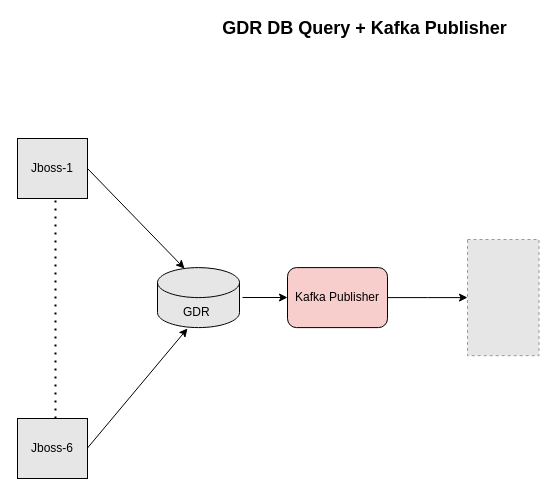
Earlier version of the draw.io diagram page "DB Kafka Publisher" (4 of 4) of Untitled Diagram.drawio (tsahaca/Project5). Source tidied: cells renumbered, new cells numbered last; positions are measured from the earlier drawing's top-left corner, leaving out a move shared by most shapes. Both pictures are drawn from the tidied source at 100%, with x=0, y=0 at pixel (17, 18). Pictures stored in the file or linked from it are replaced by grey dashed boxes.
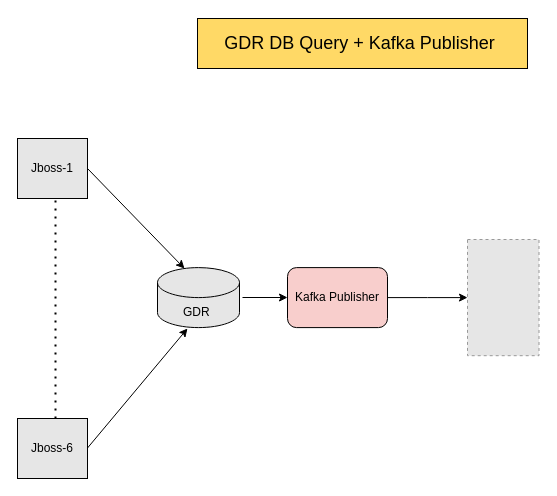
Above is the later version.

The edit, as a diff of the source:
```diff
@@
 <mxGraphModel>
   <root>
     <mxCell id="0" />
     <mxCell id="1" parent="0" />
     <mxCell id="2" value="Jboss-1" style="rounded=0;whiteSpace=wrap;html=1;fillColor=#E6E6E6;" parent="1" vertex="1">
       <mxGeometry y="120" width="70" height="60" as="geometry" />
     </mxCell>
     <mxCell id="3" value="Jboss-6" style="rounded=0;whiteSpace=wrap;html=1;fillColor=#E6E6E6;" parent="1" vertex="1">
       <mxGeometry y="400" width="70" height="60" as="geometry" />
     </mxCell>
     <mxCell id="4" style="endArrow=none;dashed=1;html=1;dashPattern=1 3;strokeWidth=2;entryX=0.5;entryY=1;entryDx=0;entryDy=0;exitX=0.5;exitY=0;exitDx=0;exitDy=0;" parent="1" edge="1">
       <mxGeometry relative="1" as="geometry">
         <mxPoint x="38" y="400" as="sourcePoint" />
         <mxPoint x="38" y="180" as="targetPoint" />
       </mxGeometry>
     </mxCell>
     <mxCell id="5" style="endArrow=classic;html=1;entryX=0.329;entryY=0.015;entryDx=0;entryDy=0;entryPerimeter=0;" parent="1" edge="1" target="10">
       <mxGeometry relative="1" as="geometry">
         <mxPoint x="70" y="150" as="sourcePoint" />
       </mxGeometry>
     </mxCell>
     <mxCell id="6" style="endArrow=classic;html=1;" parent="1" edge="1">
       <mxGeometry relative="1" as="geometry">
         <mxPoint x="70" y="429.5" as="sourcePoint" />
         <mxPoint x="170" y="310" as="targetPoint" />
       </mxGeometry>
     </mxCell>
     <mxCell id="7" style="edgeStyle=orthogonalEdgeStyle;rounded=0;jettySize=auto;html=1;exitX=1;exitY=0.5;exitDx=0;exitDy=0;" parent="1" edge="1" source="8">
       <mxGeometry relative="1" as="geometry">
         <mxPoint x="450" y="279.1" as="targetPoint" />
       </mxGeometry>
     </mxCell>
     <mxCell id="8" value="Kafka Publisher" style="rounded=1;whiteSpace=wrap;html=1;fillColor=#F8CECC;" parent="1" vertex="1">
       <mxGeometry x="270" y="249.1" width="100" height="60" as="geometry" />
     </mxCell>
     <mxCell id="9" style="fillColor=#E6E6E6;strokeColor=#999999;dashed=1;verticalLabelPosition=bottom;verticalAlign=top;" parent="1" vertex="1">
       <mxGeometry x="450" y="221" width="71.5" height="116.2" as="geometry" />
     </mxCell>
     <mxCell id="10" value="&lt;br&gt;&lt;br&gt;GDR&amp;nbsp;" style="shape=cylinder2;whiteSpace=wrap;html=1;boundedLbl=1;backgroundOutline=1;size=15;fillColor=#E6E6E6;" parent="1" vertex="1">
       <mxGeometry x="140" y="249.1" width="82" height="60" as="geometry" />
     </mxCell>
     <mxCell id="11" style="endArrow=classic;html=1;" parent="1" edge="1">
       <mxGeometry relative="1" as="geometry">
         <mxPoint x="225" y="279" as="sourcePoint" />
         <mxPoint x="270" y="279" as="targetPoint" />
       </mxGeometry>
     </mxCell>
-    <mxCell id="12" value="GDR DB Query + Kafka Publisher&amp;nbsp;" style="text;html=1;strokeColor=none;fillColor=none;align=center;verticalAlign=middle;whiteSpace=wrap;rounded=0;fontStyle=1;fontSize=18;" parent="1" vertex="1">
-      <mxGeometry x="190" width="320" height="20" as="geometry" />
+    <mxCell id="12" value="GDR DB Query + Kafka Publisher&amp;nbsp;" style="text;html=1;align=center;verticalAlign=middle;whiteSpace=wrap;rounded=0;fontStyle=0;fontSize=18;strokeColor=#000000;fillColor=#FFD966;" parent="1" vertex="1">
+      <mxGeometry x="180" width="330" height="50" as="geometry" />
     </mxCell>
   </root>
 </mxGraphModel>
```
